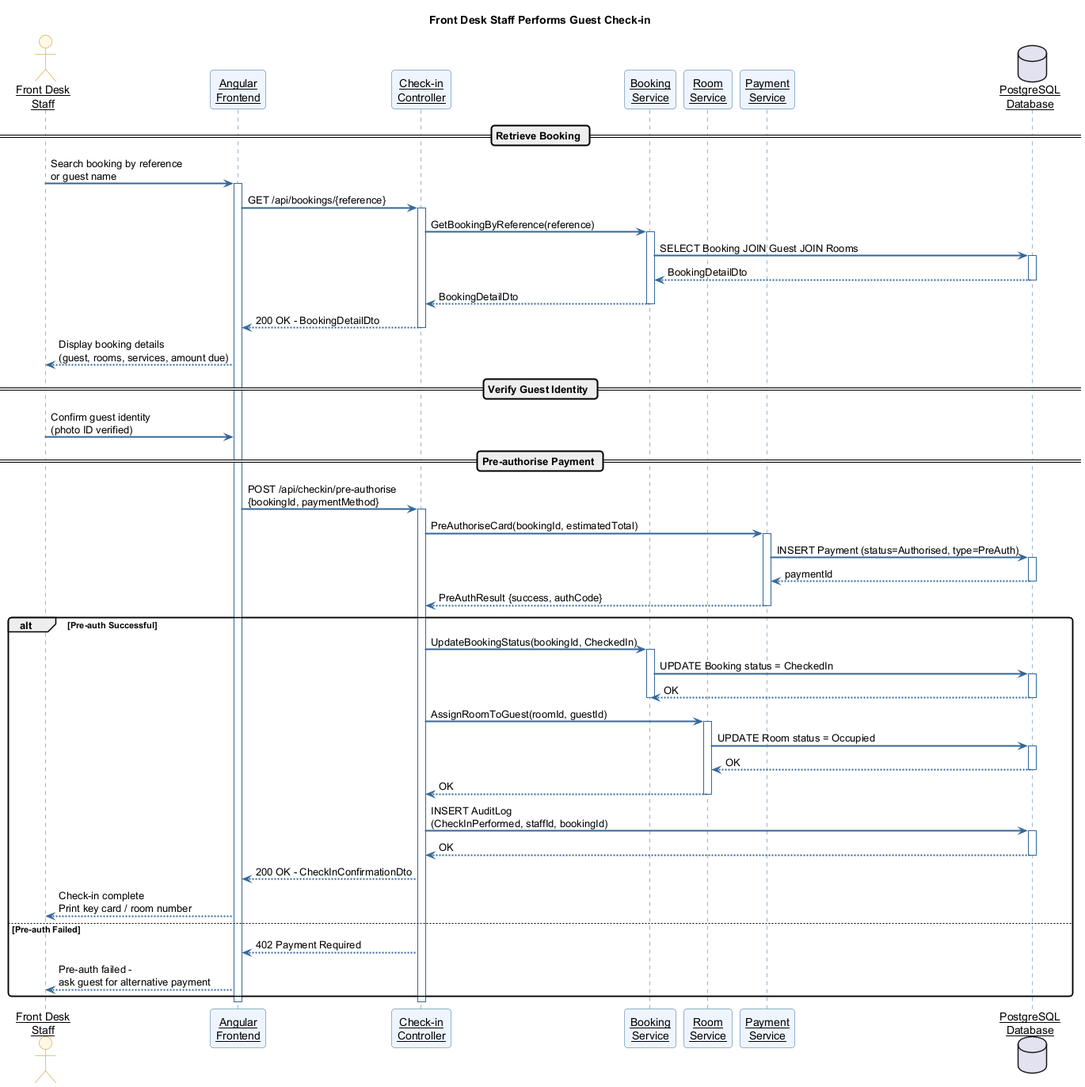
Earlier version of the PlantUML export docs/diagrams/HMS_Seq_CheckIn.png (NewGate110/Hotel_Management_System).
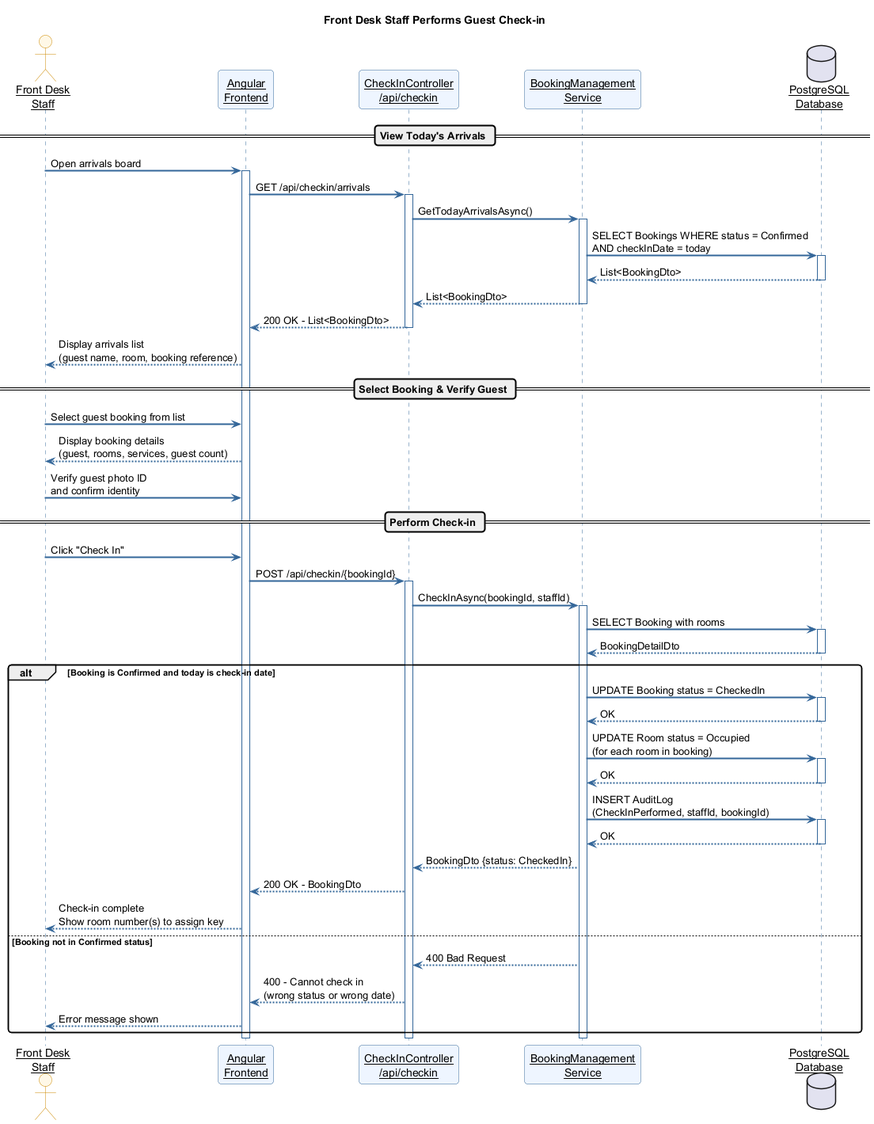
Later version of the same file.

The edit, as a diff of the source:
```diff
@@ -16,79 +16,78 @@
 
 actor "Front Desk\nStaff" as S
 participant "Angular\nFrontend" as UI
-participant "Check-in\nController" as CC
-participant "Booking\nService" as BS
-participant "Room\nService" as RS
-participant "Payment\nService" as PS
+participant "CheckInController\n/api/checkin" as CC
+participant "BookingManagement\nService" as BS
 database "PostgreSQL\nDatabase" as DB
 
-== Retrieve Booking ==
+== View Today's Arrivals ==
 
-S -> UI : Search booking by reference\nor guest name
+S -> UI : Open arrivals board
 activate UI
 
-UI -> CC : GET /api/bookings/{reference}
+UI -> CC : GET /api/checkin/arrivals
 activate CC
-CC -> BS : GetBookingByReference(reference)
+CC -> BS : GetTodayArrivalsAsync()
 activate BS
-BS -> DB : SELECT Booking JOIN Guest JOIN Rooms
+BS -> DB : SELECT Bookings WHERE status = Confirmed\nAND checkInDate = today
+activate DB
+DB --> BS : List<BookingDto>
+deactivate DB
+BS --> CC : List<BookingDto>
+deactivate BS
+CC --> UI : 200 OK - List<BookingDto>
+deactivate CC
+
+UI --> S : Display arrivals list\n(guest name, room, booking reference)
+
+== Select Booking & Verify Guest ==
+
+S -> UI : Select guest booking from list
+UI --> S : Display booking details\n(guest, rooms, services, guest count)
+
+S -> UI : Verify guest photo ID\nand confirm identity
+
+== Perform Check-in ==
+
+S -> UI : Click "Check In"
+UI -> CC : POST /api/checkin/{bookingId}
+activate CC
+
+CC -> BS : CheckInAsync(bookingId, staffId)
+activate BS
+
+BS -> DB : SELECT Booking with rooms
 activate DB
 DB --> BS : BookingDetailDto
 deactivate DB
-BS --> CC : BookingDetailDto
-deactivate BS
-CC --> UI : 200 OK - BookingDetailDto
-deactivate CC
 
-UI --> S : Display booking details\n(guest, rooms, services, amount due)
-
-== Verify Guest Identity ==
-
-S -> UI : Confirm guest identity\n(photo ID verified)
-
-== Pre-authorise Payment ==
-
-UI -> CC : POST /api/checkin/pre-authorise\n{bookingId, paymentMethod}
-activate CC
-CC -> PS : PreAuthoriseCard(bookingId, estimatedTotal)
-activate PS
-PS -> DB : INSERT Payment (status=Authorised, type=PreAuth)
-activate DB
-DB --> PS : paymentId
-deactivate DB
-PS --> CC : PreAuthResult {success, authCode}
-deactivate PS
-
-alt Pre-auth Successful
-  CC -> BS : UpdateBookingStatus(bookingId, CheckedIn)
-  activate BS
+alt Booking is Confirmed and today is check-in date
   BS -> DB : UPDATE Booking status = CheckedIn
   activate DB
   DB --> BS : OK
   deactivate DB
-  deactivate BS
 
-  CC -> RS : AssignRoomToGuest(roomId, guestId)
-  activate RS
-  RS -> DB : UPDATE Room status = Occupied
+  BS -> DB : UPDATE Room status = Occupied\n(for each room in booking)
   activate DB
-  DB --> RS : OK
-  deactivate DB
-  RS --> CC : OK
-  deactivate RS
-
-  CC -> DB : INSERT AuditLog\n(CheckInPerformed, staffId, bookingId)
-  activate DB
-  DB --> CC : OK
+  DB --> BS : OK
   deactivate DB
 
-  CC --> UI : 200 OK - CheckInConfirmationDto
-  UI --> S : Check-in complete\nPrint key card / room number
-else Pre-auth Failed
-  CC --> UI : 402 Payment Required
-  UI --> S : Pre-auth failed -\nask guest for alternative payment
+  BS -> DB : INSERT AuditLog\n(CheckInPerformed, staffId, bookingId)
+  activate DB
+  DB --> BS : OK
+  deactivate DB
+
+  BS --> CC : BookingDto {status: CheckedIn}
+  CC --> UI : 200 OK - BookingDto
+  UI --> S : Check-in complete\nShow room number(s) to assign key
+
+else Booking not in Confirmed status
+  BS --> CC : 400 Bad Request
+  CC --> UI : 400 - Cannot check in\n(wrong status or wrong date)
+  UI --> S : Error message shown
 end
 
+deactivate BS
 deactivate CC
 deactivate UI
 
```
